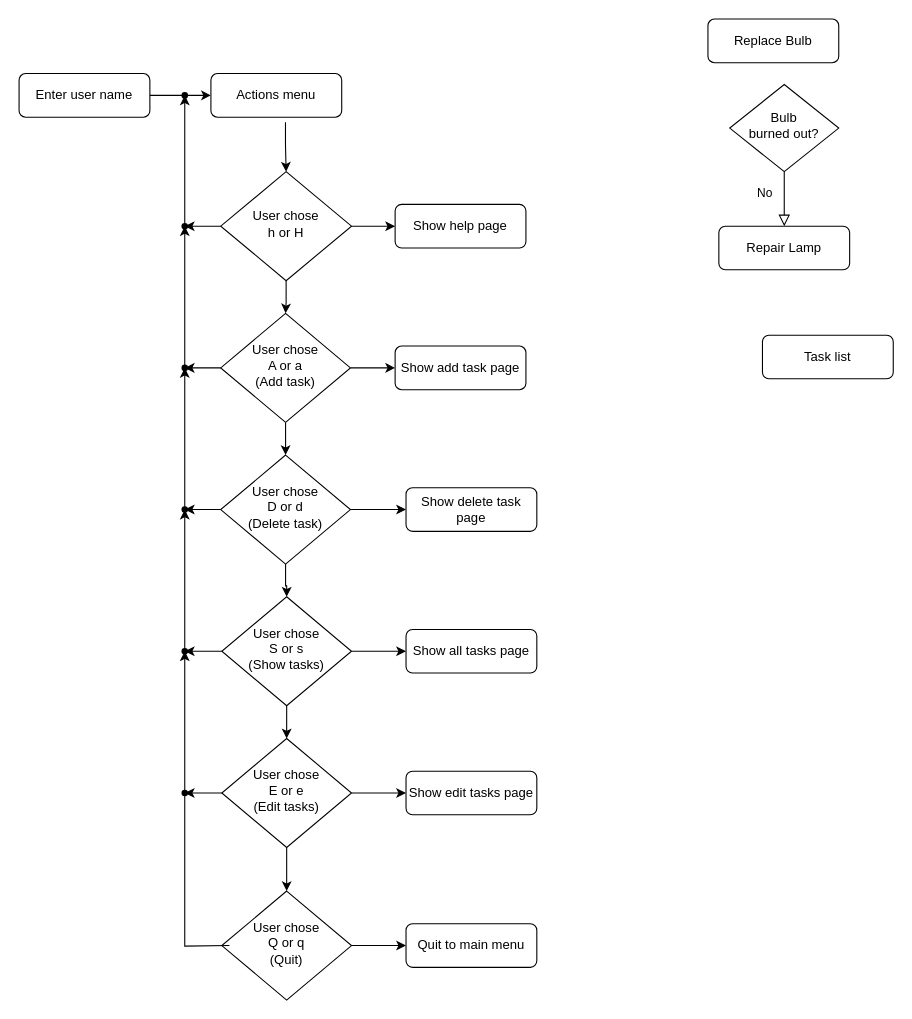
The draw.io diagram assets/app_logic.drawio in barkode/pp3, before the edit. Source tidied: cells renumbered, new cells numbered last; positions are measured from the earlier drawing's top-left corner, leaving out a move shared by most shapes. Both pictures are drawn from the tidied source at 109%, with x=0, y=0 at pixel (19, 19).
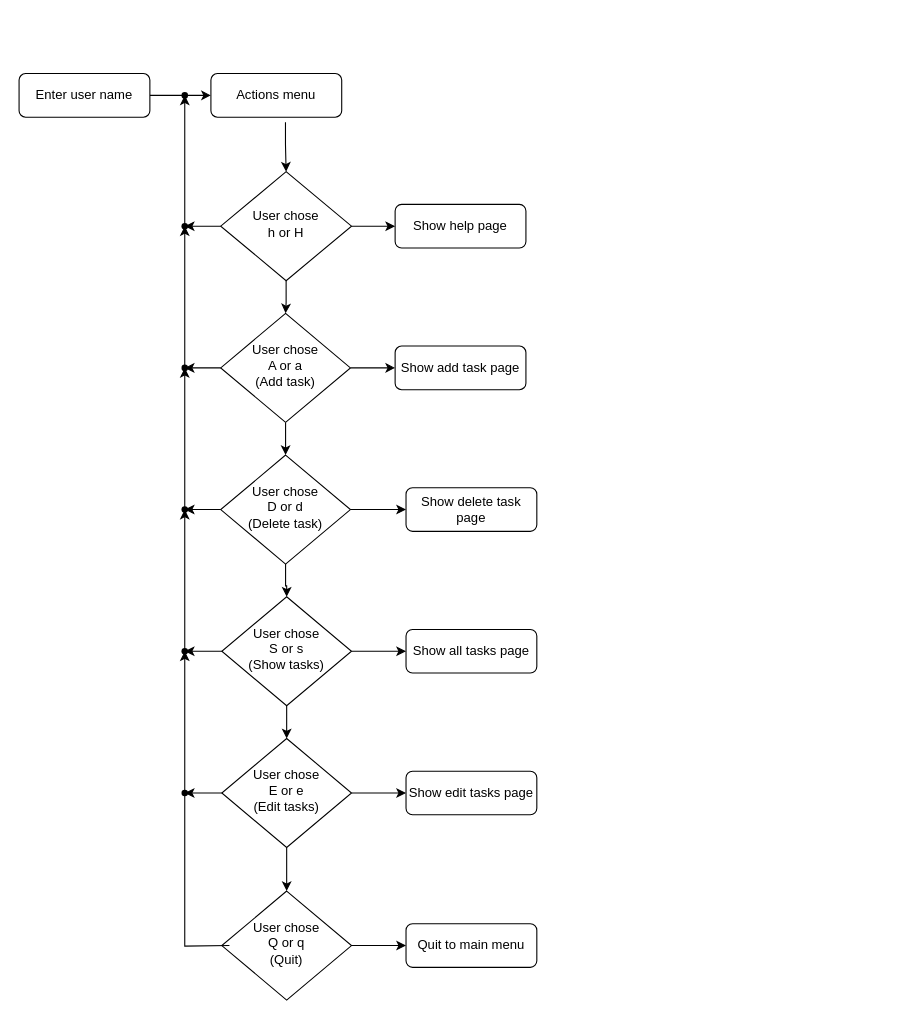
Above is the later version.

Commit message (it also covers changes not shown here):
docs: add technologies used and deploy sections

What changed in the source:
```diff
@@
-    <mxCell id="9" value="No" style="rounded=0;html=1;jettySize=auto;fontSize=11;endArrow=block;endFill=0;endSize=8;strokeWidth=1;shadow=0;labelBackgroundColor=none;edgeStyle=orthogonalEdgeStyle;" parent="1" edge="1" source="10" target="11">
-      <mxGeometry x="-0.2" y="-18" relative="1" as="geometry" />
-    </mxCell>
-    <mxCell id="10" value="Bulb&lt;br&gt;burned out?" style="rhombus;whiteSpace=wrap;html=1;shadow=0;fontFamily=Helvetica;fontSize=12;align=center;strokeWidth=1;spacing=6;spacingTop=-4;" parent="1" vertex="1">
-      <mxGeometry x="652" y="60" width="100" height="80" as="geometry" />
-    </mxCell>
-    <mxCell id="11" value="Repair Lamp" style="rounded=1;whiteSpace=wrap;html=1;fontSize=12;glass=0;strokeWidth=1;shadow=0;" parent="1" vertex="1">
-      <mxGeometry x="642" y="190" width="120" height="40" as="geometry" />
-    </mxCell>
-    <mxCell id="12" value="Replace Bulb" style="rounded=1;whiteSpace=wrap;html=1;fontSize=12;glass=0;strokeWidth=1;shadow=0;" parent="1" vertex="1">
-      <mxGeometry x="632" width="120" height="40" as="geometry" />
-    </mxCell>
@@
-    <mxCell id="14" value="Task list" style="rounded=1;whiteSpace=wrap;html=1;fontSize=12;glass=0;strokeWidth=1;shadow=0;" parent="1" vertex="1">
-      <mxGeometry x="682" y="290" width="120" height="40" as="geometry" />
-    </mxCell>
```
